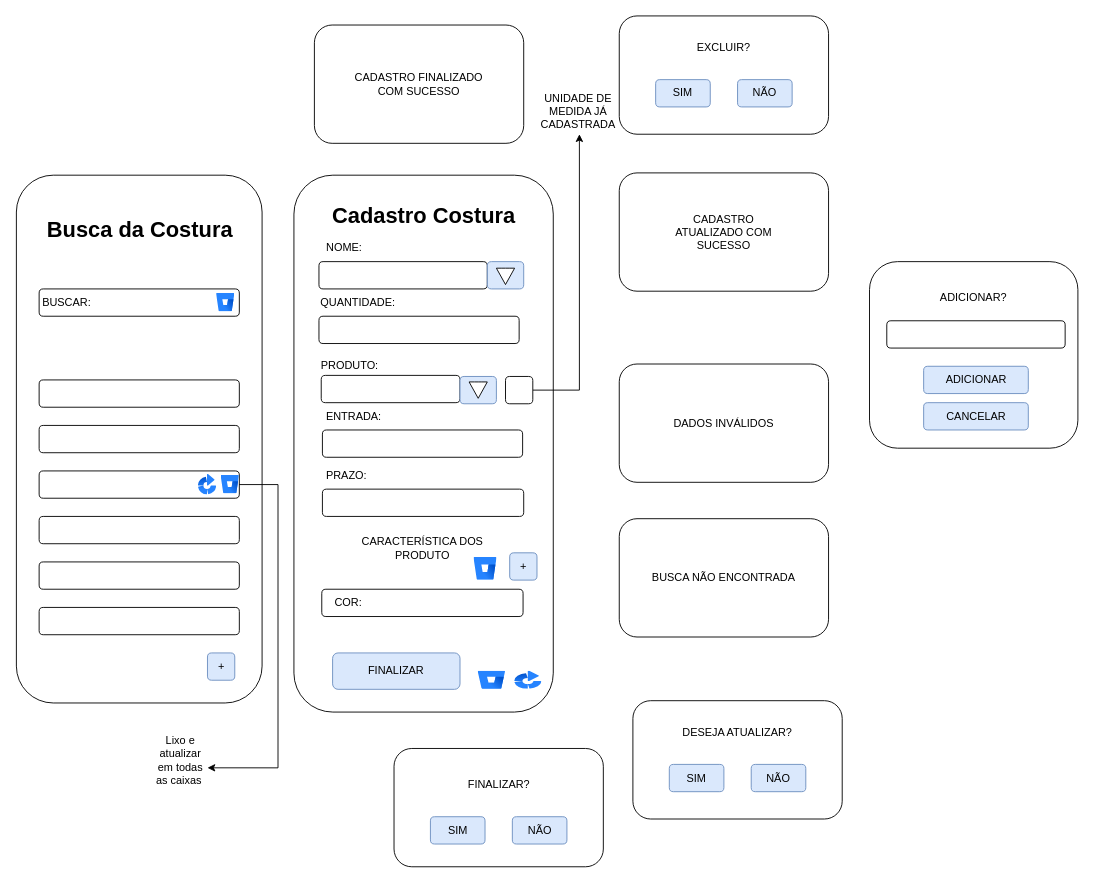
Above: page "Página-7" (7 of 10) of DOC/tela.drawio in juliareis14/avatar.app (draw.io), before the change. Source tidied: cells renumbered, new cells numbered last; positions are measured from the earlier drawing's top-left corner, leaving out a move shared by most shapes. Both pictures are drawn from the tidied source at 91%, with x=0, y=0 at pixel (15, 15).
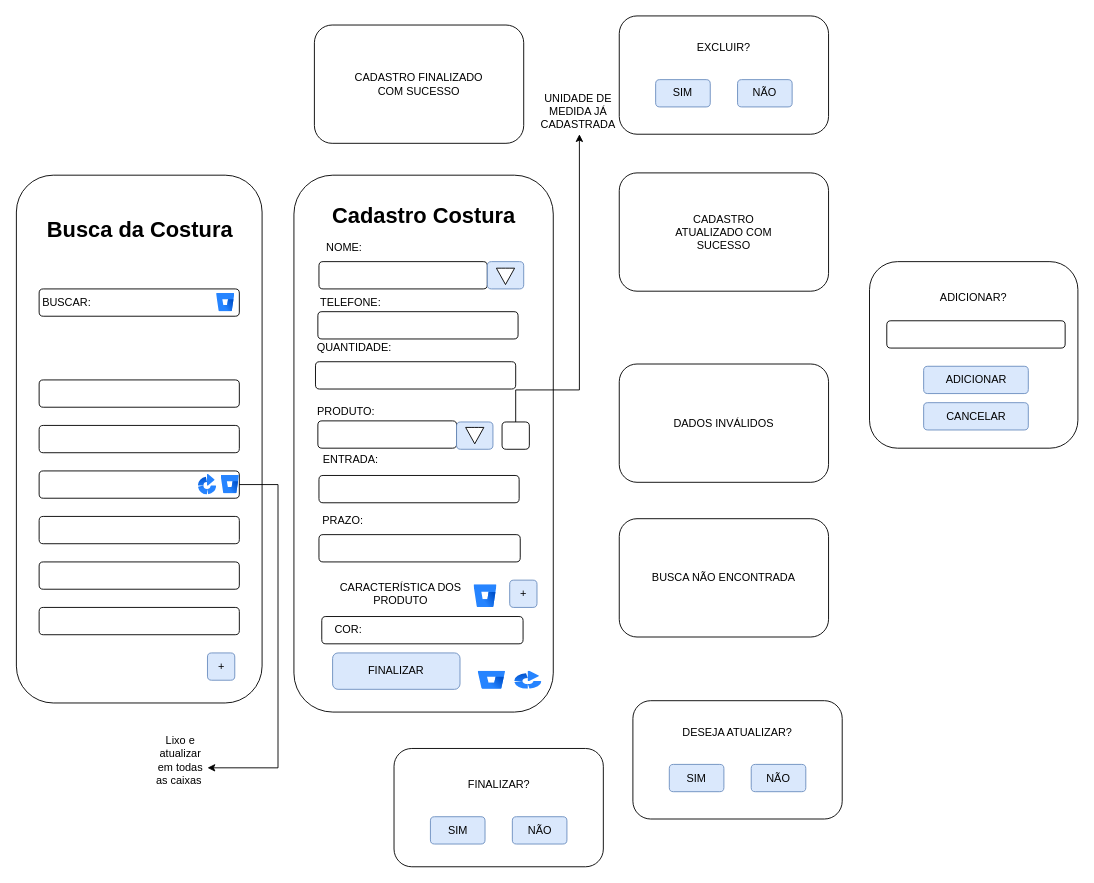
The same page after the edit.

Change to the diagram source:
```diff
@@
     <mxCell id="5" style="rounded=1;whiteSpace=wrap;html=1;" parent="1" vertex="1">
-      <mxGeometry x="333" y="330" width="220" height="30" as="geometry" />
+      <mxGeometry x="329.2" y="380" width="220" height="30" as="geometry" />
     </mxCell>
     <mxCell id="6" style="rounded=1;whiteSpace=wrap;html=1;" parent="1" vertex="1">
-      <mxGeometry x="336.8" y="455" width="220" height="30" as="geometry" />
+      <mxGeometry x="333" y="505" width="220" height="30" as="geometry" />
     </mxCell>
@@
     <mxCell id="8" value="QUANTIDADE:" style="text;html=1;align=center;verticalAlign=middle;whiteSpace=wrap;rounded=0;" parent="1" vertex="1">
-      <mxGeometry x="335.5" y="300" width="80" height="30" as="geometry" />
+      <mxGeometry x="331.8" y="350" width="80" height="30" as="geometry" />
     </mxCell>
     <mxCell id="9" value="ENTRADA:" style="text;html=1;align=center;verticalAlign=middle;whiteSpace=wrap;rounded=0;" parent="1" vertex="1">
-      <mxGeometry x="334.2" y="425" width="75" height="30" as="geometry" />
+      <mxGeometry x="330.5" y="475" width="73.8" height="25" as="geometry" />
     </mxCell>
@@
     <mxCell id="13" style="rounded=1;whiteSpace=wrap;html=1;" parent="1" vertex="1">
-      <mxGeometry x="336.8" y="520" width="221.2" height="30" as="geometry" />
+      <mxGeometry x="333" y="570" width="221.2" height="30" as="geometry" />
     </mxCell>
     <mxCell id="14" value="PRAZO:" style="text;html=1;align=center;verticalAlign=middle;whiteSpace=wrap;rounded=0;" parent="1" vertex="1">
-      <mxGeometry x="325.5" y="490" width="75" height="30" as="geometry" />
+      <mxGeometry x="321.8" y="540" width="75" height="30" as="geometry" />
     </mxCell>
@@
     <mxCell id="39" style="rounded=1;whiteSpace=wrap;html=1;" parent="1" vertex="1">
-      <mxGeometry x="335.5" y="395" width="152.5" height="30" as="geometry" />
+      <mxGeometry x="331.8" y="445" width="152.5" height="30" as="geometry" />
     </mxCell>
     <mxCell id="40" value="PRODUTO:" style="text;html=1;align=center;verticalAlign=middle;whiteSpace=wrap;rounded=0;" parent="1" vertex="1">
-      <mxGeometry x="336.8" y="370" width="60" height="30" as="geometry" />
+      <mxGeometry x="333" y="420" width="60" height="30" as="geometry" />
     </mxCell>
@@
     <mxCell id="52" style="rounded=1;whiteSpace=wrap;html=1;fillColor=#dae8fc;strokeColor=#6c8ebf;" parent="1" vertex="1">
-      <mxGeometry x="488" y="396.2" width="40" height="30" as="geometry" />
+      <mxGeometry x="484.2" y="446.2" width="40" height="30" as="geometry" />
     </mxCell>
     <mxCell id="53" style="html=1;shadow=0;dashed=0;align=center;verticalAlign=middle;shape=mxgraph.arrows2.arrow;dy=0.6;dx=40;direction=south;notch=0;" parent="1" vertex="1">
-      <mxGeometry x="498" y="402.2" width="20" height="18" as="geometry" />
+      <mxGeometry x="494.2" y="452.2" width="20" height="18" as="geometry" />
     </mxCell>
@@
     <mxCell id="55" style="rounded=1;whiteSpace=wrap;html=1;" parent="1" vertex="1">
-      <mxGeometry x="538" y="396.2" width="30" height="30" as="geometry" />
+      <mxGeometry x="534.2" y="446.2" width="30" height="30" as="geometry" />
     </mxCell>
@@
     <mxCell id="57" value="CARACTERÍSTICA DOS PRODUTO" style="text;html=1;align=center;verticalAlign=middle;whiteSpace=wrap;rounded=0;" parent="1" vertex="1">
-      <mxGeometry x="361.8" y="570" width="170" height="30" as="geometry" />
+      <mxGeometry x="338" y="620" width="170" height="30" as="geometry" />
     </mxCell>
     <mxCell id="58" style="rounded=1;whiteSpace=wrap;html=1;" parent="1" vertex="1">
-      <mxGeometry x="336.1" y="630" width="221.2" height="30" as="geometry" />
+      <mxGeometry x="336.1" y="660" width="221.2" height="30" as="geometry" />
     </mxCell>
     <mxCell id="59" value="+" style="rounded=1;whiteSpace=wrap;html=1;direction=south;fillColor=#dae8fc;strokeColor=#6c8ebf;" parent="1" vertex="1">
-      <mxGeometry x="542.6" y="590" width="30" height="30" as="geometry" />
+      <mxGeometry x="542.6" y="620" width="30" height="30" as="geometry" />
     </mxCell>
     <mxCell id="60" style="image;html=1;image=img/lib/atlassian/Bitbucket_Logo.svg;" parent="1" vertex="1">
-      <mxGeometry x="503.4" y="595" width="25.2" height="25" as="geometry" />
+      <mxGeometry x="503.4" y="625" width="25.2" height="25" as="geometry" />
     </mxCell>
     <mxCell id="61" value="COR:" style="text;html=1;align=center;verticalAlign=middle;whiteSpace=wrap;rounded=0;" parent="1" vertex="1">
-      <mxGeometry x="328" y="630" width="75" height="30" as="geometry" />
+      <mxGeometry x="328" y="660" width="75" height="30" as="geometry" />
     </mxCell>
@@
+    <mxCell id="68" style="rounded=1;whiteSpace=wrap;html=1;" parent="1" vertex="1">
+      <mxGeometry x="331.8" y="325" width="220" height="30" as="geometry" />
+    </mxCell>
+    <mxCell id="69" value="TELEFONE:" style="text;html=1;align=center;verticalAlign=middle;whiteSpace=wrap;rounded=0;" parent="1" vertex="1">
+      <mxGeometry x="328" y="300" width="80" height="30" as="geometry" />
+    </mxCell>
```
